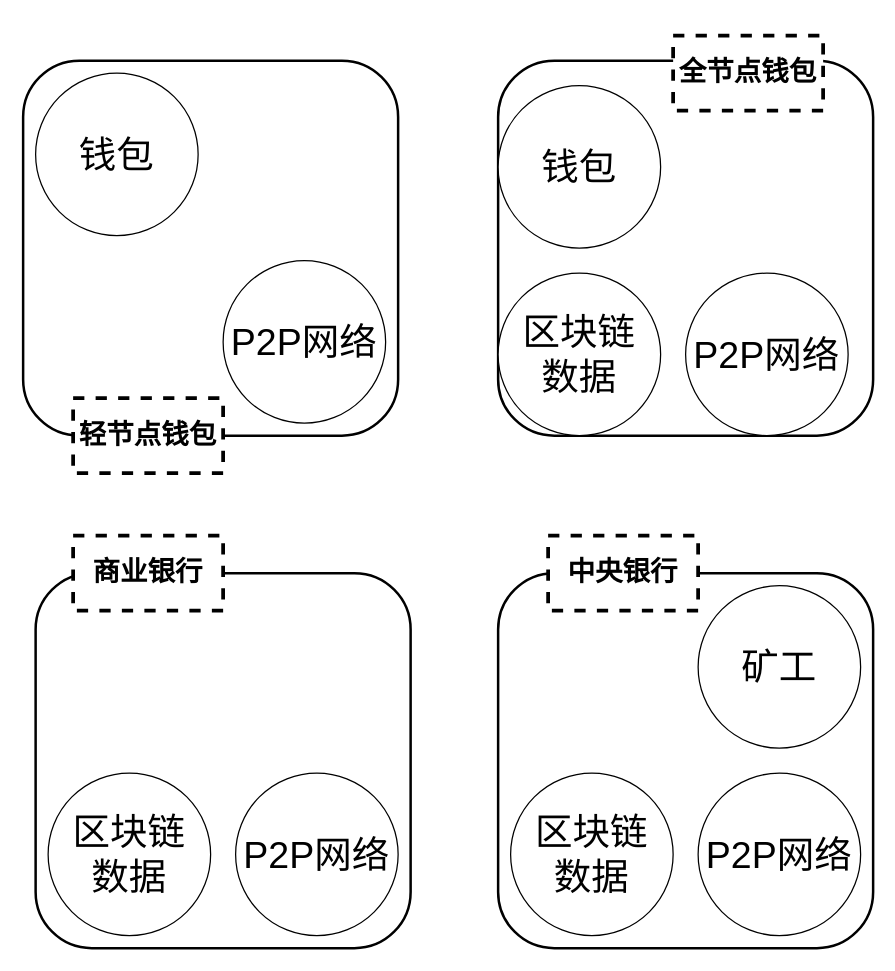
Above: 节点概述.drawio in liugangjian/BTCWallet (draw.io), before the change. Source tidied: cells renumbered, new cells numbered last; positions are measured from the earlier drawing's top-left corner, leaving out a move shared by most shapes. Both pictures are drawn from the tidied source at 125%, with x=0, y=0 at pixel (22, 35).
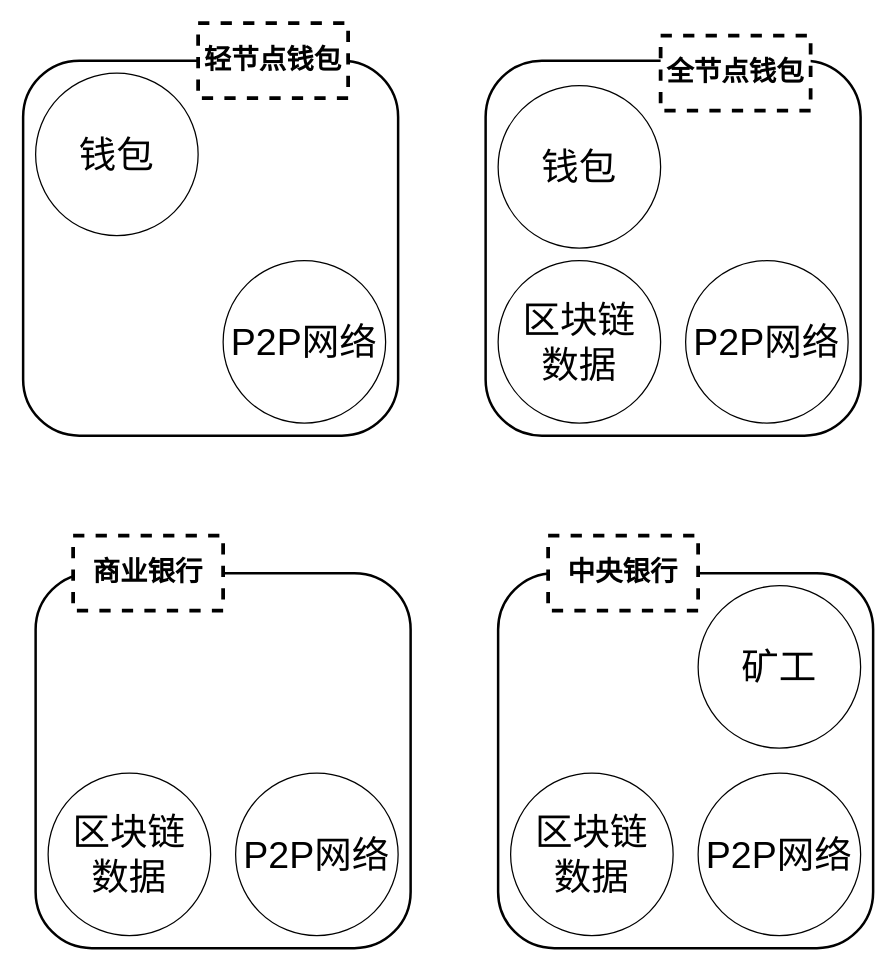
Above is the later version.

Unchanged cells that the change refers to:
```xml
<mxCell id="8" style="group;shadow=0;sketch=0;glass=0;" parent="1" vertex="1">
  <mxGeometry y="20" width="300" height="350" as="geometry" />
</mxCell>
```

The edit, as a diff of the source:
```diff
@@
-    <mxCell id="12" value="&lt;font style=&quot;font-size: 22px&quot;&gt;&lt;b&gt;轻节点钱包&lt;/b&gt;&lt;/font&gt;" style="rounded=0;whiteSpace=wrap;html=1;shadow=0;glass=0;sketch=0;strokeWidth=3;dashed=1;" parent="8" vertex="1">
-      <mxGeometry x="40" y="270" width="120" height="60" as="geometry" />
-    </mxCell>
     <mxCell id="13" style="group;shadow=0;sketch=0;glass=0;" parent="1" vertex="1">
-      <mxGeometry x="370" y="30" width="300" height="350" as="geometry" />
+      <mxGeometry x="360" y="30" width="300" height="350" as="geometry" />
     </mxCell>
@@
     <mxCell id="15" value="&lt;font style=&quot;font-size: 30px&quot;&gt;钱包&lt;/font&gt;" style="ellipse;whiteSpace=wrap;html=1;" parent="13" vertex="1">
-      <mxGeometry x="10" y="10" width="130" height="130" as="geometry" />
+      <mxGeometry x="20" y="10" width="130" height="130" as="geometry" />
     </mxCell>
     <mxCell id="16" value="&lt;font style=&quot;font-size: 30px&quot;&gt;P2P网络&lt;/font&gt;" style="ellipse;whiteSpace=wrap;html=1;" parent="13" vertex="1">
-      <mxGeometry x="160" y="160" width="130" height="130" as="geometry" />
+      <mxGeometry x="170" y="150" width="130" height="130" as="geometry" />
     </mxCell>
@@
     <mxCell id="18" value="&lt;font style=&quot;font-size: 30px&quot;&gt;区块链&lt;br&gt;数据&lt;/font&gt;" style="ellipse;whiteSpace=wrap;html=1;" parent="13" vertex="1">
-      <mxGeometry x="10" y="160" width="130" height="130" as="geometry" />
+      <mxGeometry x="20" y="150" width="130" height="130" as="geometry" />
     </mxCell>
@@
+    <mxCell id="12" value="&lt;font style=&quot;font-size: 22px&quot;&gt;&lt;b&gt;轻节点钱包&lt;/b&gt;&lt;/font&gt;" style="rounded=0;whiteSpace=wrap;html=1;shadow=0;glass=0;sketch=0;strokeWidth=3;dashed=1;" parent="1" vertex="1">
+      <mxGeometry x="140" y="-10" width="120" height="60" as="geometry" />
+    </mxCell>
```
